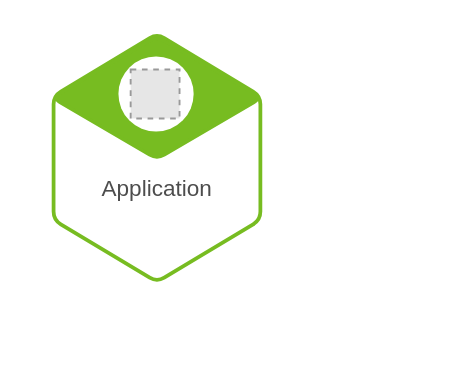
Earlier version of the draw.io diagram page "spring-application-service" (4 of 4) of misc/diagrams.drawio (cassiomolin/log-aggregation-spring-boot-elastic-stack). Source tidied: cells renumbered, new cells numbered last; positions are measured from the earlier drawing's top-left corner, leaving out a move shared by most shapes. Both pictures are drawn from the tidied source at 188%, with x=0, y=0 at pixel (32, 36). Pictures stored in the file or linked from it are replaced by grey dashed boxes.
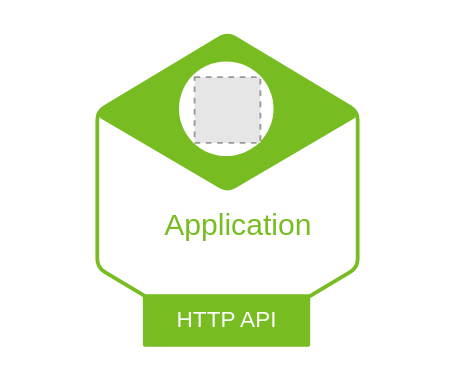
Above is the later version.

Diff of the diagram source:
```diff
@@
 <mxGraphModel>
   <root>
     <mxCell id="0" />
     <mxCell id="1" parent="0" />
-    <mxCell id="2" style="group;" parent="1" vertex="1">
-      <mxGeometry width="132" height="119.5" as="geometry" />
-    </mxCell>
-    <mxCell id="3" style="group;" parent="2" vertex="1">
-      <mxGeometry width="132" height="119.5" as="geometry" />
-    </mxCell>
-    <mxCell id="4" style="group;" parent="3" vertex="1">
-      <mxGeometry width="132" height="119.5" as="geometry" />
-    </mxCell>
-    <mxCell id="5" style="shape=hexagon;perimeter=hexagonPerimeter2;whiteSpace=wrap;html=1;shadow=0;strokeColor=#77BC21;fillColor=#FFFFFF;gradientColor=none;rotation=90;rounded=1;arcSize=9;strokeWidth=2;" parent="4" vertex="1">
-      <mxGeometry y="9.5" width="132" height="110" as="geometry" />
-    </mxCell>
+    <mxCell id="10" style="group;" parent="1" vertex="1">
+      <mxGeometry x="20.5" width="183.2" height="165" as="geometry" />
+    </mxCell>
+    <mxCell id="11" style="group;" parent="10" vertex="1">
+      <mxGeometry width="183.2" height="165" as="geometry" />
+    </mxCell>
+    <mxCell id="12" style="group;" parent="11" vertex="1">
+      <mxGeometry width="183.2" height="165" as="geometry" />
+    </mxCell>
+    <mxCell id="13" style="group;" parent="12" vertex="1">
+      <mxGeometry width="183.2" height="165" as="geometry" />
+    </mxCell>
+    <mxCell id="14" style="shape=hexagon;perimeter=hexagonPerimeter2;whiteSpace=wrap;html=1;shadow=0;strokeColor=#77BC21;fillColor=#FFFFFF;gradientColor=none;rotation=90;rounded=1;arcSize=9;strokeWidth=2;" parent="13" vertex="1">
+      <mxGeometry y="12" width="166" height="138.5" as="geometry" />
+    </mxCell>
-    <mxCell id="6" value="Application" style="text;html=1;align=left;verticalAlign=top;spacingTop=-4;fontColor=#4D4D4D;fillColor=none;strokeColor=none;shadow=0;" parent="4" vertex="1">
-      <mxGeometry x="34.5" y="70.5" width="70" height="20" as="geometry" />
+    <mxCell id="6" value="&lt;font face=&quot;Helvetica&quot;&gt;Application&lt;/font&gt;&lt;br&gt;" style="text;html=1;align=center;verticalAlign=top;spacingTop=-4;fontColor=#77BC21;fillColor=none;strokeColor=none;shadow=0;fontFamily=Menlo;fontSize=16;" parent="13" vertex="1">
+      <mxGeometry x="43.2" y="88.3" width="90" height="20" as="geometry" />
     </mxCell>
-    <mxCell id="7" style="rhombus;whiteSpace=wrap;html=1;rounded=1;shadow=0;strokeColor=#77BC21;fillColor=#77BC21;gradientColor=none;arcSize=9;strokeWidth=2;" parent="4" vertex="1">
-      <mxGeometry x="10.5" width="111" height="65" as="geometry" />
-    </mxCell>
-    <mxCell id="8" style="ellipse;whiteSpace=wrap;html=1;rounded=0;fillColor=#ffffff;strokeColor=none;fixDash=0;backgroundOutline=0;" parent="4" vertex="1">
-      <mxGeometry x="45.5" y="10.5" width="40" height="40" as="geometry" />
-    </mxCell>
-    <mxCell id="9" style="fillColor=#E6E6E6;strokeColor=#999999;dashed=1;verticalLabelPosition=bottom;labelBackgroundColor=#ffffff;verticalAlign=top;" parent="4" vertex="1">
-      <mxGeometry x="52" y="17.5" width="26" height="26" as="geometry" />
-    </mxCell>
+    <mxCell id="15" style="rhombus;whiteSpace=wrap;html=1;rounded=1;shadow=0;strokeColor=#77BC21;fillColor=#77BC21;gradientColor=none;arcSize=9;strokeWidth=2;" parent="13" vertex="1">
+      <mxGeometry x="13.2" width="139.6" height="81.9" as="geometry" />
+    </mxCell>
+    <mxCell id="16" style="ellipse;whiteSpace=wrap;html=1;rounded=0;fillColor=#ffffff;strokeColor=none;fixDash=0;backgroundOutline=0;" parent="13" vertex="1">
+      <mxGeometry x="57.2" y="13.2" width="50.3" height="50.3" as="geometry" />
+    </mxCell>
+    <mxCell id="17" value="&lt;font color=&quot;#ffffff&quot;&gt;HTTP API&lt;/font&gt;" style="whiteSpace=wrap;html=1;verticalAlign=top;strokeColor=none;fillColor=#77BC21;gradientColor=none;rounded=1;arcSize=4;strokeWidth=1;comic=0;shadow=0;glass=0;" parent="13" vertex="1">
+      <mxGeometry x="38" y="137" width="89" height="28" as="geometry" />
+    </mxCell>
+    <mxCell id="18" style="fillColor=#E6E6E6;strokeColor=#999999;dashed=1;verticalLabelPosition=bottom;labelBackgroundColor=#ffffff;verticalAlign=top;" parent="13" vertex="1">
+      <mxGeometry x="65.5" y="21.5" width="35" height="35" as="geometry" />
+    </mxCell>
   </root>
 </mxGraphModel>
```
